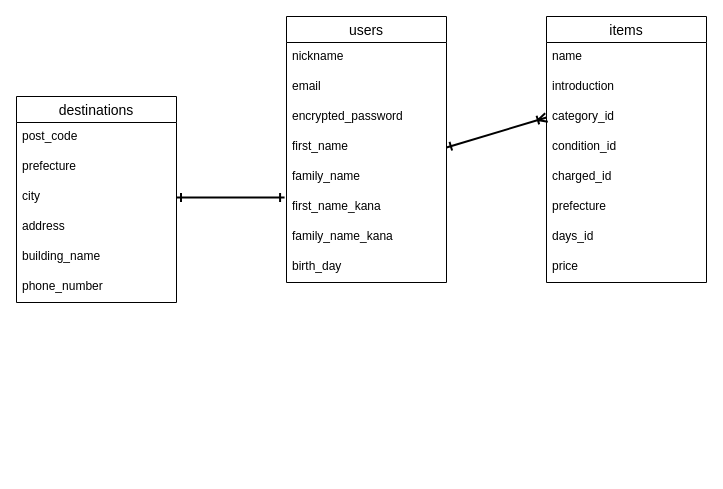
Above: furima-39067.dio in nohohon1820/furima-39067 (draw.io), before the change. Source tidied: cells renumbered, new cells numbered last; positions are measured from the earlier drawing's top-left corner, leaving out a move shared by most shapes. Both pictures are drawn from the tidied source at 100%, with x=0, y=0 at pixel (16, 16).
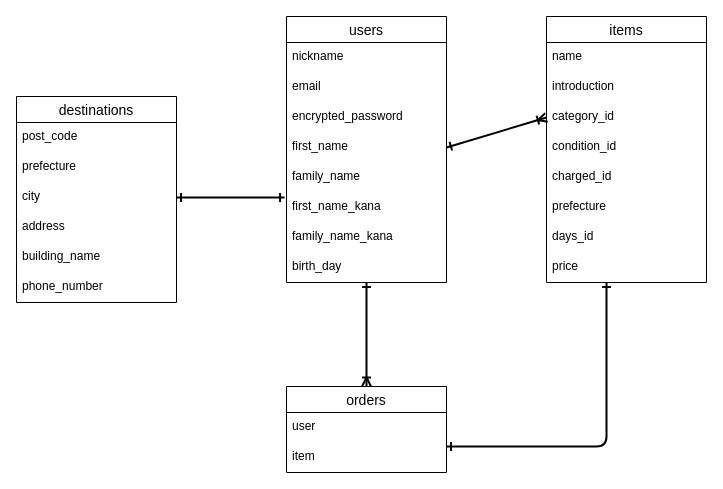
After the change.

Commit message (it also covers changes not shown here):
データベース設計　修正２

Unchanged cells that the change refers to:
```xml
<mxCell id="19" value="price" style="text;strokeColor=none;fillColor=none;spacingLeft=4;spacingRight=4;overflow=hidden;points=[[0,0.5],[1,0.5]];portConstraint=eastwest;fontSize=12;" parent="11" vertex="1">
  <mxGeometry y="236" width="160" height="30" as="geometry" />
</mxCell>
```

Diff of the diagram source:
```diff
@@
+    <mxCell id="29" style="endArrow=ERone;html=1;startArrow=ERoneToMany;startFill=0;endFill=0;strokeWidth=2;" parent="1" edge="1">
+      <mxGeometry relative="1" as="geometry">
+        <mxPoint x="350" y="370" as="sourcePoint" />
+        <mxPoint x="350" y="266" as="targetPoint" />
+      </mxGeometry>
+    </mxCell>
+    <mxCell id="30" value="orders" style="swimlane;fontStyle=0;horizontal=1;startSize=26;align=center;fontSize=14;" parent="1" vertex="1">
+      <mxGeometry x="270" y="370" width="160" height="86" as="geometry" />
+    </mxCell>
+    <mxCell id="31" value="user" style="text;strokeColor=none;fillColor=none;spacingLeft=4;spacingRight=4;overflow=hidden;fontSize=12;" parent="30" vertex="1">
+      <mxGeometry y="26" width="160" height="30" as="geometry" />
+    </mxCell>
+    <mxCell id="32" value="item" style="text;strokeColor=none;fillColor=none;spacingLeft=4;spacingRight=4;overflow=hidden;fontSize=12;" parent="30" vertex="1">
+      <mxGeometry y="56" width="160" height="30" as="geometry" />
+    </mxCell>
+    <mxCell id="33" style="edgeStyle=elbowEdgeStyle;fontSize=12;html=1;endArrow=ERone;endFill=1;strokeWidth=2;entryX=0.375;entryY=1;entryDx=0;entryDy=0;entryPerimeter=0;startArrow=ERone;startFill=0;" parent="1" edge="1" target="19">
+      <mxGeometry relative="1" as="geometry">
+        <mxPoint x="430" y="430" as="sourcePoint" />
+        <Array as="points">
+          <mxPoint x="590" y="370" />
+        </Array>
+      </mxGeometry>
+    </mxCell>
```
